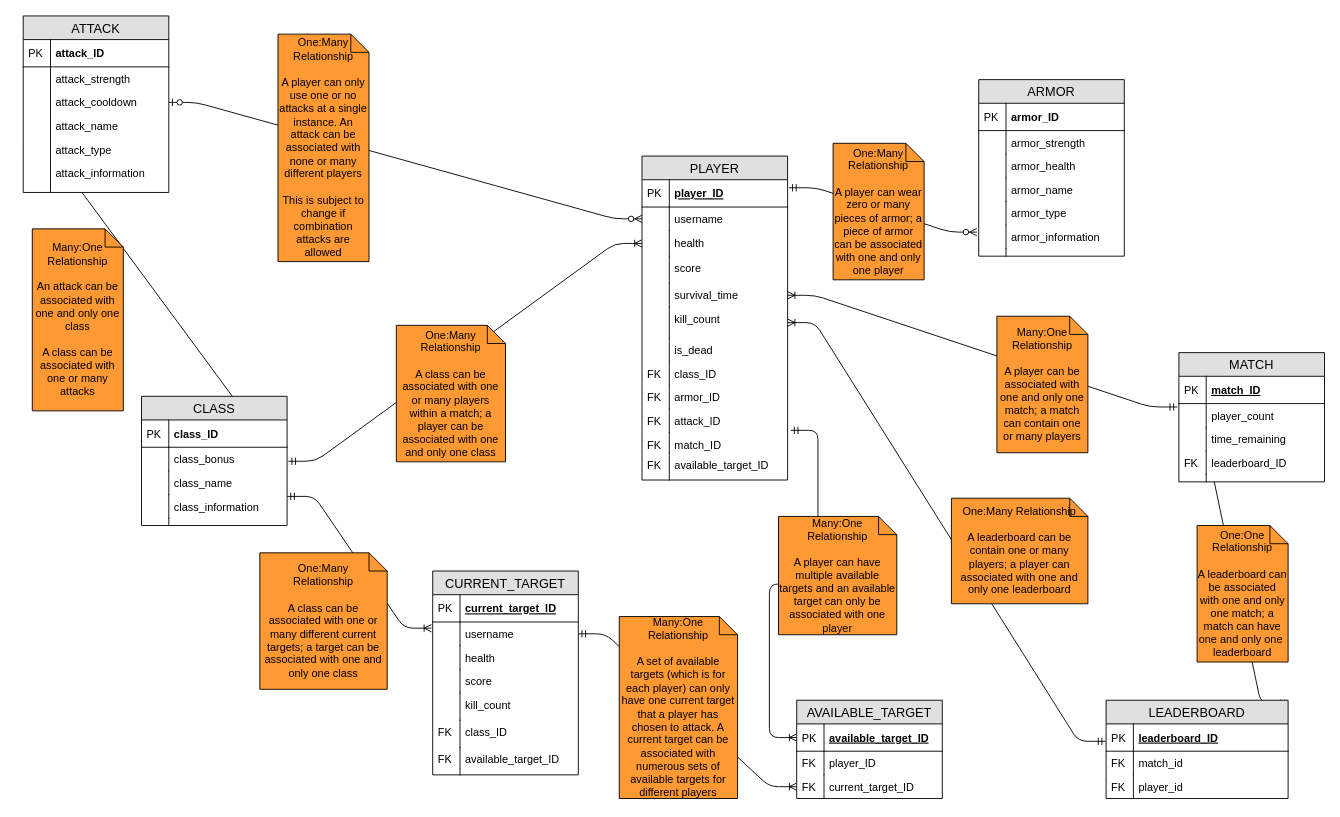
Above: crispy-journey-erd-final.drawio in griffinwong10/crispy-journey (draw.io), before the change. Source tidied: cells renumbered, new cells numbered last; positions are measured from the earlier drawing's top-left corner, leaving out a move shared by most shapes. Both pictures are drawn from the tidied source at 91%, with x=0, y=0 at pixel (23, 15).
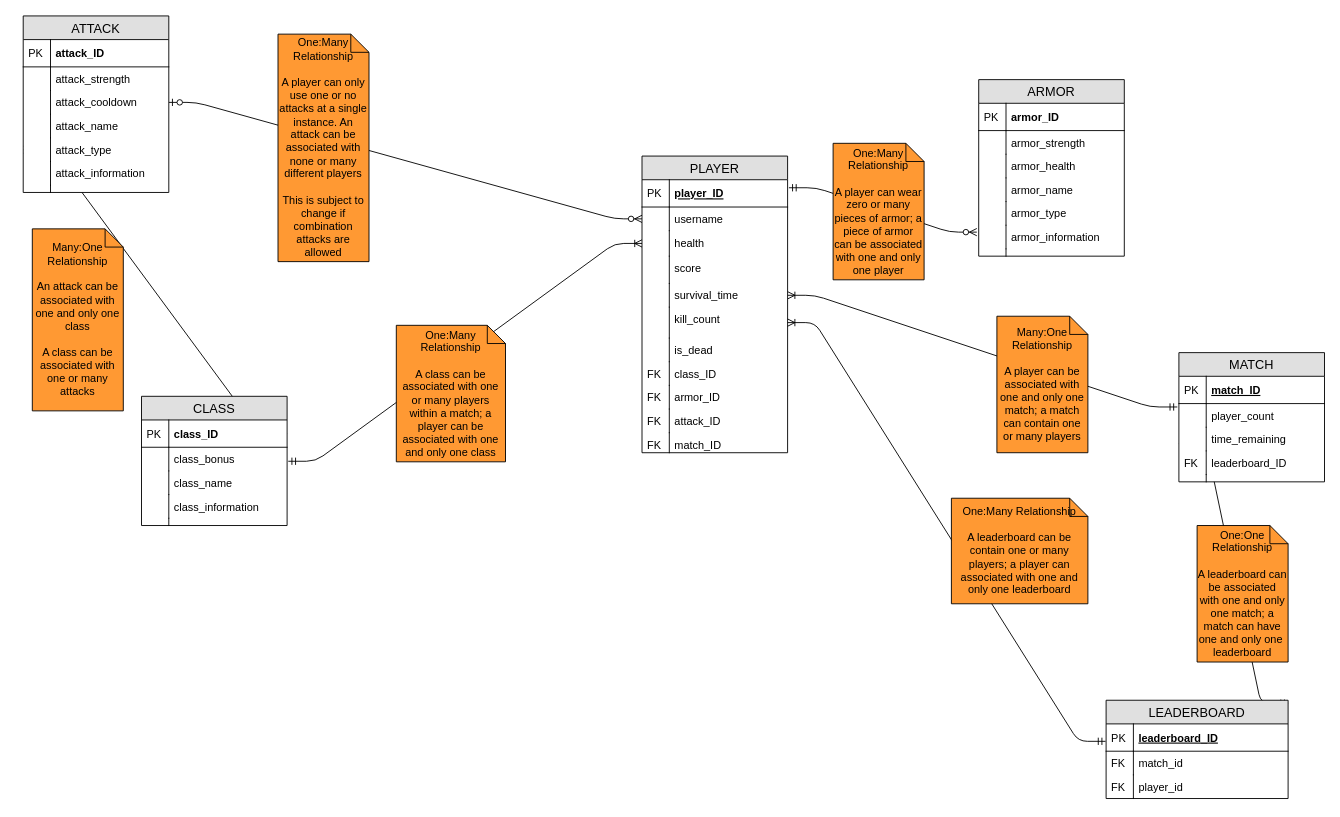
The same page after the edit.

Unchanged cells that the change refers to:
```xml
<mxCell id="50" value="match_ID" style="shape=partialRectangle;top=0;left=0;right=0;bottom=0;align=left;verticalAlign=top;fillColor=none;spacingLeft=34;spacingRight=4;overflow=hidden;points=[[0,0.5],[1,0.5]];portConstraint=eastwest;fontSize=12;" parent="29" vertex="1">
  <mxGeometry y="304" width="160" height="22" as="geometry" />
</mxCell>
<mxCell id="101" value="class_information" style="shape=partialRectangle;top=0;left=0;right=0;bottom=0;align=left;verticalAlign=top;fillColor=none;spacingLeft=34;spacingRight=4;overflow=hidden;points=[[0,0.5],[1,0.5]];portConstraint=eastwest;fontSize=12;" parent="94" vertex="1">
  <mxGeometry y="108" width="160" height="26" as="geometry" />
</mxCell>
```

Change to the diagram source:
```diff
@@
-    <mxCell id="2" style="edgeStyle=entityRelationEdgeStyle;fontSize=12;html=1;endArrow=ERoneToMany;startArrow=ERmandOne;exitX=1;exitY=0.5;exitDx=0;exitDy=0;entryX=0;entryY=0.5;entryDx=0;entryDy=0;" parent="1" edge="1" source="108" target="125">
-      <mxGeometry relative="1" as="geometry" />
-    </mxCell>
@@
     <mxCell id="29" value="PLAYER" style="swimlane;fontStyle=0;horizontal=1;startSize=26;fillColor=#e0e0e0;swimlaneFillColor=#ffffff;align=center;fontSize=14;" parent="1" vertex="1">
-      <mxGeometry x="680" y="154" width="160" height="356" as="geometry" />
+      <mxGeometry x="680" y="154" width="160" height="326" as="geometry" />
     </mxCell>
@@
-    <mxCell id="52" value="available_target_ID" style="shape=partialRectangle;top=0;left=0;right=0;bottom=0;align=left;verticalAlign=top;fillColor=none;spacingLeft=34;spacingRight=4;overflow=hidden;fontSize=12;" parent="29" vertex="1">
-      <mxGeometry y="326" width="160" height="30" as="geometry" />
-    </mxCell>
-    <mxCell id="53" value="FK" style="shape=partialRectangle;top=0;left=0;bottom=0;fillColor=none;align=left;verticalAlign=top;spacingLeft=4;spacingRight=4;overflow=hidden;fontSize=12;" parent="52" vertex="1">
-      <mxGeometry width="30" height="30" as="geometry" />
-    </mxCell>
@@
-    <mxCell id="55" style="edgeStyle=entityRelationEdgeStyle;fontSize=12;html=1;endArrow=ERoneToMany;startArrow=ERmandOne;exitX=1;exitY=0.077;exitDx=0;exitDy=0;entryX=-0.009;entryY=0.261;entryDx=0;entryDy=0;exitPerimeter=0;entryPerimeter=0;" parent="1" edge="1" source="101" target="108">
-      <mxGeometry relative="1" as="geometry" />
-    </mxCell>
-    <mxCell id="56" value="One:Many &lt;br&gt;Relationship&lt;br&gt;&lt;br&gt;A class can be associated with one or many different current targets; a target can be associated with one and only one class" style="shape=note;size=20;whiteSpace=wrap;html=1;fillColor=#FF9933;" parent="1" vertex="1">
-      <mxGeometry x="260" y="590" width="140" height="150" as="geometry" />
-    </mxCell>
@@
-    <mxCell id="59" value="Many:One&lt;br&gt;Relationship&lt;br&gt;&lt;br&gt;A set of available targets (which is for each player) can only have one current target that a player has chosen to attack. A current target can be associated with numerous sets of available targets for different players" style="shape=note;size=20;whiteSpace=wrap;html=1;fillColor=#FF9933;" parent="1" vertex="1">
-      <mxGeometry x="655" y="660" width="130" height="200" as="geometry" />
-    </mxCell>
@@
-    <mxCell id="78" style="edgeStyle=entityRelationEdgeStyle;fontSize=12;html=1;endArrow=ERoneToMany;startArrow=ERmandOne;exitX=1.021;exitY=-0.118;exitDx=0;exitDy=0;entryX=0;entryY=0.5;entryDx=0;entryDy=0;exitPerimeter=0;" parent="1" edge="1" source="50" target="121">
-      <mxGeometry relative="1" as="geometry" />
-    </mxCell>
@@
-    <mxCell id="105" value="CURRENT_TARGET" style="swimlane;fontStyle=0;horizontal=1;startSize=26;fillColor=#e0e0e0;swimlaneFillColor=#ffffff;align=center;fontSize=14;" parent="1" vertex="1">
-      <mxGeometry x="450" y="610" width="160" height="224" as="geometry" />
-    </mxCell>
-    <mxCell id="106" value="current_target_ID" style="shape=partialRectangle;top=0;left=0;right=0;bottom=1;align=left;verticalAlign=middle;fillColor=none;spacingLeft=34;spacingRight=4;overflow=hidden;fontStyle=5;fontSize=12;" parent="105" vertex="1">
-      <mxGeometry y="26" width="160" height="30" as="geometry" />
-    </mxCell>
-    <mxCell id="107" value="PK" style="shape=partialRectangle;top=0;left=0;bottom=0;fillColor=none;align=left;verticalAlign=middle;spacingLeft=4;spacingRight=4;overflow=hidden;fontSize=12;" parent="106" vertex="1">
-      <mxGeometry width="30" height="30" as="geometry" />
-    </mxCell>
-    <mxCell id="108" value="username" style="shape=partialRectangle;top=0;left=0;right=0;bottom=0;align=left;verticalAlign=top;fillColor=none;spacingLeft=34;spacingRight=4;overflow=hidden;points=[[0,0.5],[1,0.5]];portConstraint=eastwest;fontSize=12;" parent="105" vertex="1">
-      <mxGeometry y="56" width="160" height="26" as="geometry" />
-    </mxCell>
-    <mxCell id="109" style="shape=partialRectangle;top=0;left=0;bottom=0;fillColor=none;align=left;verticalAlign=top;spacingLeft=4;spacingRight=4;overflow=hidden;fontSize=12;" parent="108" vertex="1">
-      <mxGeometry width="30" height="26" as="geometry" />
-    </mxCell>
-    <mxCell id="110" value="health" style="shape=partialRectangle;top=0;left=0;right=0;bottom=0;align=left;verticalAlign=top;fillColor=none;spacingLeft=34;spacingRight=4;overflow=hidden;fontSize=12;" parent="105" vertex="1">
-      <mxGeometry y="82" width="160" height="26" as="geometry" />
-    </mxCell>
-    <mxCell id="111" style="shape=partialRectangle;top=0;left=0;bottom=0;fillColor=none;align=left;verticalAlign=top;spacingLeft=4;spacingRight=4;overflow=hidden;fontSize=12;" parent="110" vertex="1">
-      <mxGeometry width="30" height="26" as="geometry" />
-    </mxCell>
-    <mxCell id="112" value="score" style="shape=partialRectangle;top=0;left=0;right=0;bottom=0;align=left;verticalAlign=top;fillColor=none;spacingLeft=34;spacingRight=4;overflow=hidden;fontSize=12;" parent="105" vertex="1">
-      <mxGeometry y="108" width="160" height="26" as="geometry" />
-    </mxCell>
-    <mxCell id="113" style="shape=partialRectangle;top=0;left=0;bottom=0;fillColor=none;align=left;verticalAlign=top;spacingLeft=4;spacingRight=4;overflow=hidden;fontSize=12;" parent="112" vertex="1">
-      <mxGeometry width="30" height="26" as="geometry" />
-    </mxCell>
-    <mxCell id="114" value="kill_count" style="shape=partialRectangle;top=0;left=0;right=0;bottom=0;align=left;verticalAlign=top;fillColor=none;spacingLeft=34;spacingRight=4;overflow=hidden;fontSize=12;" parent="105" vertex="1">
-      <mxGeometry y="134" width="160" height="30" as="geometry" />
-    </mxCell>
-    <mxCell id="115" style="shape=partialRectangle;top=0;left=0;bottom=0;fillColor=none;align=left;verticalAlign=top;spacingLeft=4;spacingRight=4;overflow=hidden;fontSize=12;" parent="114" vertex="1">
-      <mxGeometry width="30" height="30" as="geometry" />
-    </mxCell>
-    <mxCell id="116" value="class_ID" style="shape=partialRectangle;top=0;left=0;right=0;bottom=0;align=left;verticalAlign=top;fillColor=none;spacingLeft=34;spacingRight=4;overflow=hidden;fontSize=12;" parent="105" vertex="1">
-      <mxGeometry y="164" width="160" height="30" as="geometry" />
-    </mxCell>
-    <mxCell id="117" value="FK" style="shape=partialRectangle;top=0;left=0;bottom=0;fillColor=none;align=left;verticalAlign=top;spacingLeft=4;spacingRight=4;overflow=hidden;fontSize=12;" parent="116" vertex="1">
-      <mxGeometry width="30" height="30" as="geometry" />
-    </mxCell>
-    <mxCell id="118" value="available_target_ID" style="shape=partialRectangle;top=0;left=0;right=0;bottom=0;align=left;verticalAlign=top;fillColor=none;spacingLeft=34;spacingRight=4;overflow=hidden;fontSize=12;" parent="105" vertex="1">
-      <mxGeometry y="194" width="160" height="30" as="geometry" />
-    </mxCell>
-    <mxCell id="119" value="FK" style="shape=partialRectangle;top=0;left=0;bottom=0;fillColor=none;align=left;verticalAlign=top;spacingLeft=4;spacingRight=4;overflow=hidden;fontSize=12;" parent="118" vertex="1">
-      <mxGeometry width="30" height="30" as="geometry" />
-    </mxCell>
-    <mxCell id="120" value="AVAILABLE_TARGET" style="swimlane;fontStyle=0;horizontal=1;startSize=26;fillColor=#e0e0e0;swimlaneFillColor=#ffffff;align=center;fontSize=14;" parent="1" vertex="1">
-      <mxGeometry x="850" y="752" width="160" height="108" as="geometry" />
-    </mxCell>
-    <mxCell id="121" value="available_target_ID" style="shape=partialRectangle;top=0;left=0;right=0;bottom=1;align=left;verticalAlign=middle;fillColor=none;spacingLeft=34;spacingRight=4;overflow=hidden;points=[[0,0.5],[1,0.5]];portConstraint=eastwest;fontStyle=5;fontSize=12;" parent="120" vertex="1">
-      <mxGeometry y="26" width="160" height="30" as="geometry" />
-    </mxCell>
-    <mxCell id="122" value="PK" style="shape=partialRectangle;top=0;left=0;bottom=0;fillColor=none;align=left;verticalAlign=middle;spacingLeft=4;spacingRight=4;overflow=hidden;fontSize=12;" parent="121" vertex="1">
-      <mxGeometry width="30" height="30" as="geometry" />
-    </mxCell>
-    <mxCell id="123" value="player_ID" style="shape=partialRectangle;top=0;left=0;right=0;bottom=0;align=left;verticalAlign=top;fillColor=none;spacingLeft=34;spacingRight=4;overflow=hidden;fontSize=12;" parent="120" vertex="1">
-      <mxGeometry y="56" width="160" height="26" as="geometry" />
-    </mxCell>
-    <mxCell id="124" value="FK" style="shape=partialRectangle;top=0;left=0;bottom=0;fillColor=none;align=left;verticalAlign=top;spacingLeft=4;spacingRight=4;overflow=hidden;fontSize=12;" parent="123" vertex="1">
-      <mxGeometry width="30" height="26" as="geometry" />
-    </mxCell>
-    <mxCell id="125" value="current_target_ID" style="shape=partialRectangle;top=0;left=0;right=0;bottom=0;align=left;verticalAlign=top;fillColor=none;spacingLeft=34;spacingRight=4;overflow=hidden;points=[[0,0.5],[1,0.5]];portConstraint=eastwest;fontSize=12;" parent="120" vertex="1">
-      <mxGeometry y="82" width="160" height="26" as="geometry" />
-    </mxCell>
-    <mxCell id="126" value="FK" style="shape=partialRectangle;top=0;left=0;bottom=0;fillColor=none;align=left;verticalAlign=top;spacingLeft=4;spacingRight=4;overflow=hidden;fontSize=12;" parent="125" vertex="1">
-      <mxGeometry width="30" height="26" as="geometry" />
-    </mxCell>
-    <mxCell id="127" value="Many:One&lt;br&gt;Relationship&lt;br&gt;&lt;br&gt;A player can have multiple available targets and an available target can only be associated with one player" style="shape=note;size=20;whiteSpace=wrap;html=1;fillColor=#FF9933;" parent="1" vertex="1">
-      <mxGeometry x="830" y="550" width="130" height="130" as="geometry" />
-    </mxCell>
```
